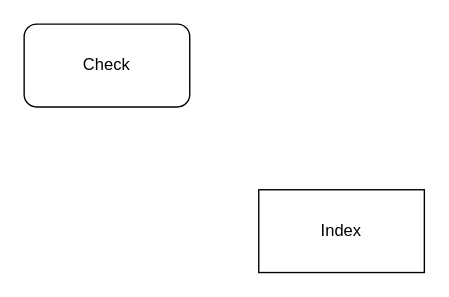
Before: Untitled Diagram.drawio in mohangav/studygraph, a draw.io diagram. Source tidied: cells renumbered, new cells numbered last; positions are measured from the earlier drawing's top-left corner, leaving out a move shared by most shapes. Both pictures are drawn from the tidied source at 138%, with x=0, y=0 at pixel (23, 23).
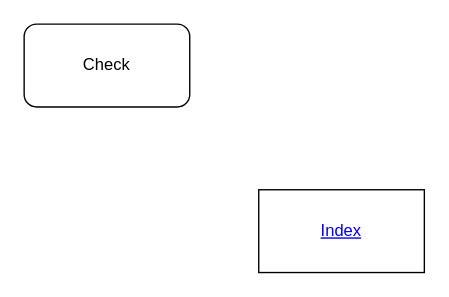
The same diagram, later.

Change to the diagram source:
```diff
@@
 <mxGraphModel>
   <root>
     <mxCell id="0" />
     <mxCell id="1" parent="0" />
-    <mxCell id="2" value="Index" style="rounded=0;whiteSpace=wrap;html=1;" parent="1" vertex="1">
+    <mxCell id="2" value="&lt;a href=&quot;https://mohangav.github.io/studygraph&quot;&gt;Index&lt;/a&gt;" style="rounded=0;whiteSpace=wrap;html=1;" parent="1" vertex="1">
       <mxGeometry x="170" y="120" width="120" height="60" as="geometry" />
     </mxCell>
     <mxCell id="3" value="Check" style="rounded=1;whiteSpace=wrap;html=1;" parent="1" vertex="1">
       <mxGeometry width="120" height="60" as="geometry" />
     </mxCell>
   </root>
 </mxGraphModel>
```
